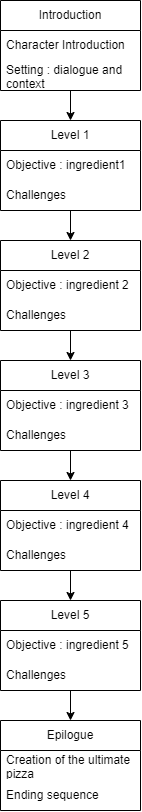
The draw.io diagram Group E/ressources/images/GameSequences.png in theofhevs/Game-Project, before a commit. Source tidied: cells renumbered, new cells last; positions are measured from the earlier drawing's top-left corner, leaving out a move shared by most shapes.
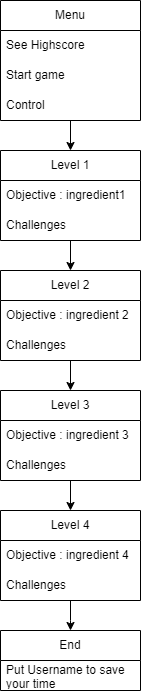
Later version of the same file.

Change to the diagram source:
```diff
@@ -5,15 +5,18 @@
     <mxCell id="2" style="edgeStyle=orthogonalEdgeStyle;rounded=0;jettySize=auto;html=1;entryX=0.5;entryY=0;entryDx=0;entryDy=0;" parent="1" edge="1" source="3" target="7">
       <mxGeometry relative="1" as="geometry" />
     </mxCell>
-    <mxCell id="3" value="Introduction" style="swimlane;fontStyle=0;horizontal=1;startSize=30;whiteSpace=wrap;html=1;" parent="1" vertex="1">
-      <mxGeometry width="140" height="90" as="geometry" />
+    <mxCell id="3" value="Menu" style="swimlane;fontStyle=0;horizontal=1;startSize=30;whiteSpace=wrap;html=1;" parent="1" vertex="1">
+      <mxGeometry y="-30" width="140" height="120" as="geometry" />
     </mxCell>
-    <mxCell id="4" value="Character Introduction" style="text;strokeColor=none;fillColor=none;align=left;verticalAlign=middle;spacingLeft=4;spacingRight=4;overflow=hidden;whiteSpace=wrap;html=1;" parent="3" vertex="1">
+    <mxCell id="4" value="See Highscore" style="text;strokeColor=none;fillColor=none;align=left;verticalAlign=middle;spacingLeft=4;spacingRight=4;overflow=hidden;whiteSpace=wrap;html=1;" parent="3" vertex="1">
       <mxGeometry y="30" width="140" height="30" as="geometry" />
     </mxCell>
-    <mxCell id="5" value="Setting : dialogue and context" style="text;strokeColor=none;fillColor=none;align=left;verticalAlign=middle;spacingLeft=4;spacingRight=4;overflow=hidden;whiteSpace=wrap;html=1;" parent="3" vertex="1">
+    <mxCell id="5" value="Start game" style="text;strokeColor=none;fillColor=none;align=left;verticalAlign=middle;spacingLeft=4;spacingRight=4;overflow=hidden;whiteSpace=wrap;html=1;" parent="3" vertex="1">
       <mxGeometry y="60" width="140" height="30" as="geometry" />
     </mxCell>
+    <mxCell id="29" value="Control" style="text;strokeColor=none;fillColor=none;align=left;verticalAlign=middle;spacingLeft=4;spacingRight=4;overflow=hidden;whiteSpace=wrap;html=1;" parent="3" vertex="1">
+      <mxGeometry y="90" width="140" height="30" as="geometry" />
+    </mxCell>
     <mxCell id="6" style="edgeStyle=orthogonalEdgeStyle;rounded=0;jettySize=auto;html=1;entryX=0.5;entryY=0;entryDx=0;entryDy=0;" parent="1" edge="1" source="7" target="11">
       <mxGeometry relative="1" as="geometry" />
     </mxCell>
@@ -50,8 +53,10 @@
     <mxCell id="17" value="Challenges" style="text;strokeColor=none;fillColor=none;align=left;verticalAlign=middle;spacingLeft=4;spacingRight=4;overflow=hidden;whiteSpace=wrap;html=1;" parent="15" vertex="1">
       <mxGeometry y="60" width="140" height="30" as="geometry" />
     </mxCell>
-    <mxCell id="18" style="edgeStyle=orthogonalEdgeStyle;rounded=0;jettySize=auto;html=1;entryX=0.5;entryY=0;entryDx=0;entryDy=0;" parent="1" edge="1" source="19" target="23">
-      <mxGeometry relative="1" as="geometry" />
+    <mxCell id="18" style="edgeStyle=orthogonalEdgeStyle;rounded=0;jettySize=auto;html=1;entryX=0.5;entryY=0;entryDx=0;entryDy=0;" parent="1" edge="1" source="19">
+      <mxGeometry relative="1" as="geometry">
+        <mxPoint x="70" y="600" as="targetPoint" />
+      </mxGeometry>
     </mxCell>
     <mxCell id="19" value="Level 4" style="swimlane;fontStyle=0;horizontal=1;startSize=30;whiteSpace=wrap;html=1;" parent="1" vertex="1">
       <mxGeometry y="480" width="140" height="90" as="geometry" />
@@ -62,26 +67,11 @@
     <mxCell id="21" value="Challenges" style="text;strokeColor=none;fillColor=none;align=left;verticalAlign=middle;spacingLeft=4;spacingRight=4;overflow=hidden;whiteSpace=wrap;html=1;" parent="19" vertex="1">
       <mxGeometry y="60" width="140" height="30" as="geometry" />
     </mxCell>
-    <mxCell id="22" style="edgeStyle=orthogonalEdgeStyle;rounded=0;jettySize=auto;html=1;entryX=0.5;entryY=0;entryDx=0;entryDy=0;" parent="1" edge="1" source="23" target="26">
-      <mxGeometry relative="1" as="geometry" />
-    </mxCell>
-    <mxCell id="23" value="Level 5" style="swimlane;fontStyle=0;horizontal=1;startSize=30;whiteSpace=wrap;html=1;" parent="1" vertex="1">
-      <mxGeometry y="600" width="140" height="90" as="geometry" />
-    </mxCell>
-    <mxCell id="24" value="Objective&amp;nbsp;: ingredient 5" style="text;strokeColor=none;fillColor=none;align=left;verticalAlign=middle;spacingLeft=4;spacingRight=4;overflow=hidden;whiteSpace=wrap;html=1;" parent="23" vertex="1">
-      <mxGeometry y="30" width="140" height="30" as="geometry" />
-    </mxCell>
-    <mxCell id="25" value="Challenges" style="text;strokeColor=none;fillColor=none;align=left;verticalAlign=middle;spacingLeft=4;spacingRight=4;overflow=hidden;whiteSpace=wrap;html=1;" parent="23" vertex="1">
-      <mxGeometry y="60" width="140" height="30" as="geometry" />
-    </mxCell>
-    <mxCell id="26" value="Epilogue" style="swimlane;fontStyle=0;horizontal=1;startSize=30;whiteSpace=wrap;html=1;" parent="1" vertex="1">
-      <mxGeometry y="720" width="140" height="90" as="geometry" />
+    <mxCell id="26" value="End" style="swimlane;fontStyle=0;horizontal=1;startSize=30;whiteSpace=wrap;html=1;" parent="1" vertex="1">
+      <mxGeometry y="600" width="140" height="60" as="geometry" />
     </mxCell>
-    <mxCell id="27" value="Creation of the ultimate pizza" style="text;strokeColor=none;fillColor=none;align=left;verticalAlign=middle;spacingLeft=4;spacingRight=4;overflow=hidden;whiteSpace=wrap;html=1;" parent="26" vertex="1">
+    <mxCell id="27" value="Put Username to save your time" style="text;strokeColor=none;fillColor=none;align=left;verticalAlign=middle;spacingLeft=4;spacingRight=4;overflow=hidden;whiteSpace=wrap;html=1;" parent="26" vertex="1">
       <mxGeometry y="30" width="140" height="30" as="geometry" />
     </mxCell>
-    <mxCell id="28" value="Ending sequence" style="text;strokeColor=none;fillColor=none;align=left;verticalAlign=middle;spacingLeft=4;spacingRight=4;overflow=hidden;whiteSpace=wrap;html=1;" parent="26" vertex="1">
-      <mxGeometry y="60" width="140" height="30" as="geometry" />
-    </mxCell>
   </root>
 </mxGraphModel>
```
